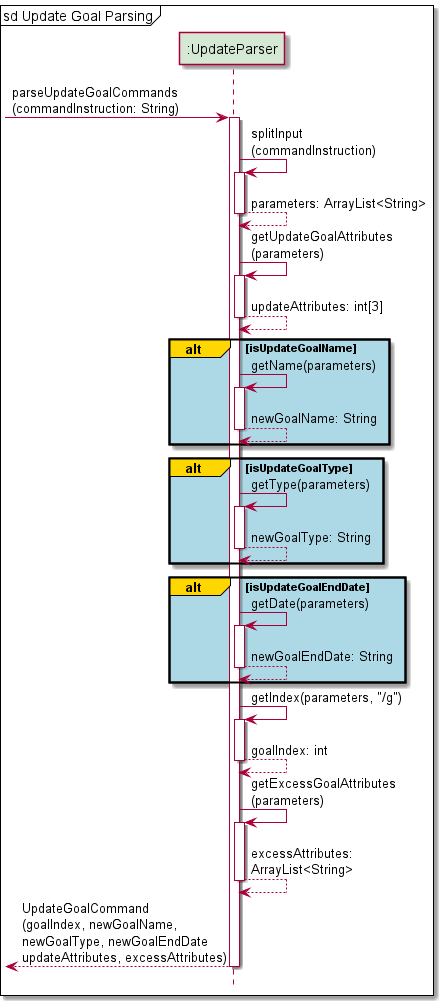
This is docs/Diagram_Images/Implementation_Diagram_Images/UpdateGoalCommandParserSequenceDiagram.png from nus-cs2113-AY2122S1/tp, a PlantUML export, as it was before one commit. The source it was exported from:
```plantuml
@startuml
!include Style.puml

participant ":UpdateParser" as UpdateParser PARSER_COLOUR

mainframe sd Update Goal Parsing

-> UpdateParser: parseUpdateGoalCommands\n(commandInstruction: String)
activate UpdateParser

UpdateParser -> UpdateParser: splitInput\n(commandInstruction)
activate UpdateParser
UpdateParser --> UpdateParser: parameters: ArrayList<String>
deactivate UpdateParser

UpdateParser -> UpdateParser: getUpdateGoalAttributes\n(parameters)
activate UpdateParser
UpdateParser --> UpdateParser: updateAttributes: int[3]
deactivate UpdateParser

alt#gold #lightblue isUpdateGoalName
UpdateParser -> UpdateParser: getName(parameters)
activate UpdateParser
UpdateParser --> UpdateParser: newGoalName: String
deactivate UpdateParser
end
alt#gold #lightblue isUpdateGoalType
UpdateParser -> UpdateParser: getType(parameters)
activate UpdateParser
UpdateParser --> UpdateParser: newGoalType: String
deactivate UpdateParser
end
alt#gold #lightblue isUpdateGoalEndDate
UpdateParser -> UpdateParser: getDate(parameters)
activate UpdateParser
UpdateParser --> UpdateParser: newGoalEndDate: String
deactivate UpdateParser
end

UpdateParser -> UpdateParser: getIndex(parameters, "/g")
activate UpdateParser
UpdateParser --> UpdateParser: goalIndex: int
deactivate UpdateParser

UpdateParser -> UpdateParser: getExcessGoalAttributes\n(parameters)
activate UpdateParser
UpdateParser --> UpdateParser: excessAttributes:\nArrayList<String>
deactivate UpdateParser

<-- UpdateParser: UpdateGoalCommand\n(goalIndex, newGoalName,\nnewGoalType, newGoalEndDate\nupdateAttributes, excessAttributes)
deactivate UpdateParser

@enduml
```
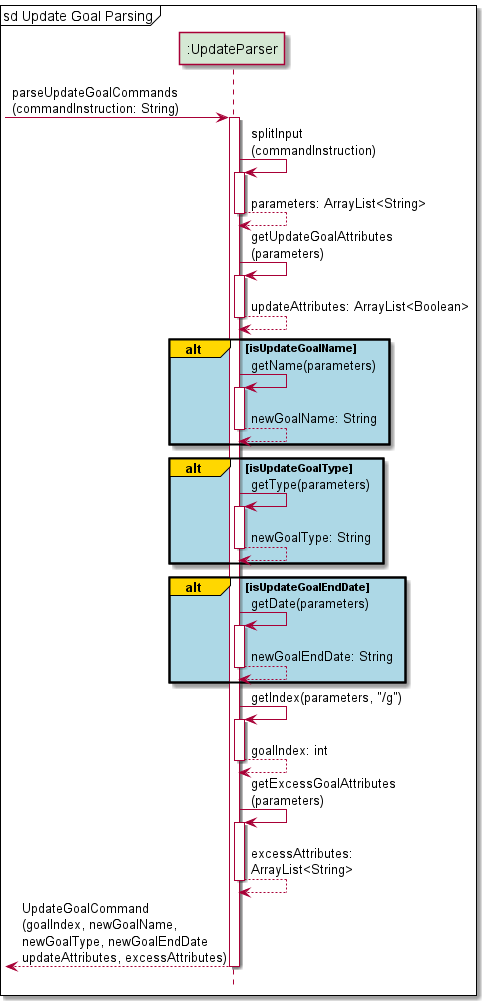
The same file after the commit.

Commit message:
Update sequence diagrams for Update Command

Change to the diagram source:
```diff
@@ -15,7 +15,7 @@
 
 UpdateParser -> UpdateParser: getUpdateGoalAttributes\n(parameters)
 activate UpdateParser
-UpdateParser --> UpdateParser: updateAttributes: int[3]
+UpdateParser --> UpdateParser: updateAttributes: ArrayList<Boolean>
 deactivate UpdateParser
 
 alt#gold #lightblue isUpdateGoalName
```
